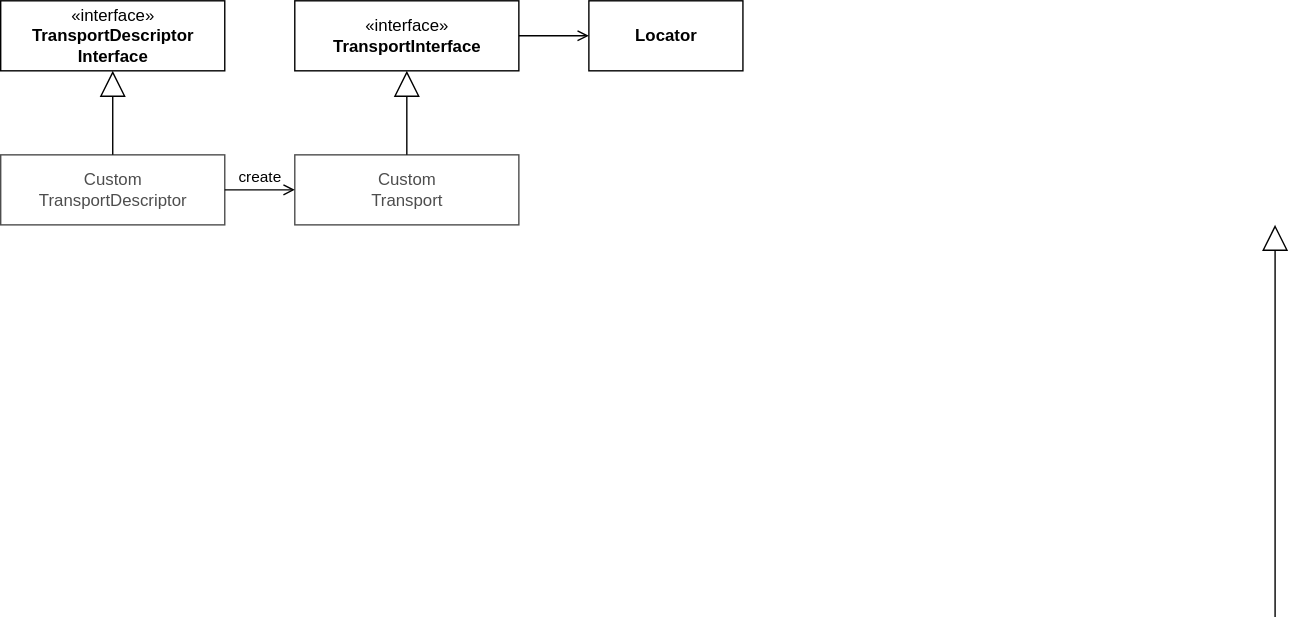
eProsima/Fast-DDS-docs keeps this draw.io diagram as docs/01-figures/transport_api_class_diagram.svg. Above is the earlier version. Source tidied: cells renumbered, new cells last; positions are measured from the earlier drawing's top-left corner, leaving out a move shared by most shapes.
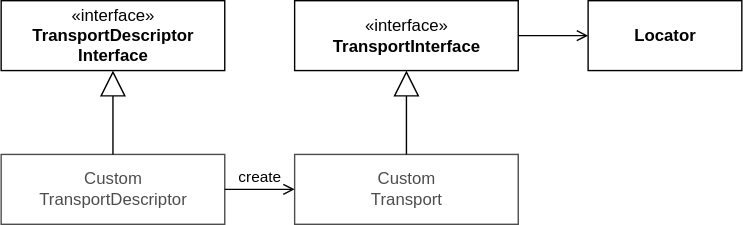
The same file after the commit.

Diff of the diagram source:
```diff
@@ -17,12 +17,6 @@
     <mxCell id="6" value="&lt;div&gt;Custom&lt;/div&gt;&lt;div&gt;Transport&lt;/div&gt;" style="html=1;strokeColor=#4D4D4D;fontColor=#4D4D4D;" parent="1" vertex="1">
       <mxGeometry x="210" y="110" width="160" height="50" as="geometry" />
     </mxCell>
-    <mxCell id="7" style="endArrow=block;endSize=16;endFill=0;html=1;exitX=0.75;exitY=0;exitDx=0;exitDy=0;entryX=0.75;entryY=1;entryDx=0;entryDy=0;" parent="1" edge="1">
-      <mxGeometry relative="1" as="geometry">
-        <mxPoint x="910" y="440" as="sourcePoint" />
-        <mxPoint x="910" y="160" as="targetPoint" />
-      </mxGeometry>
-    </mxCell>
     <mxCell id="8" style="endArrow=block;endSize=16;endFill=0;html=1;exitX=0.5;exitY=0;exitDx=0;exitDy=0;entryX=0.5;entryY=1;entryDx=0;entryDy=0;" parent="1" edge="1" source="6" target="3">
       <mxGeometry relative="1" as="geometry" />
     </mxCell>
```
